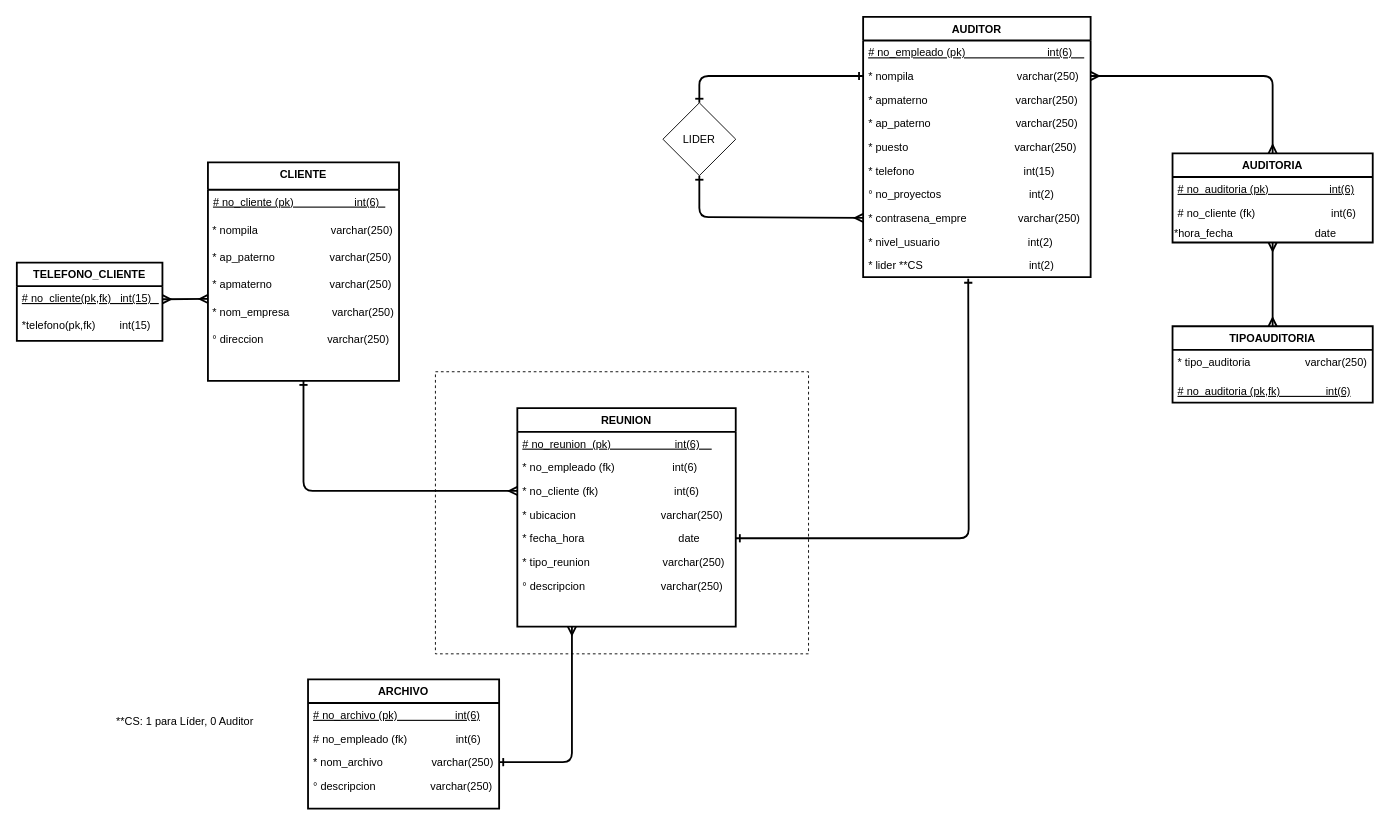
Above: RELACIONAL.drawio in PaganoBerserker/TRABAJOFINALCOMPILADORES (draw.io), before the change. Source tidied: cells renumbered, new cells numbered last; positions are measured from the earlier drawing's top-left corner, leaving out a move shared by most shapes. Both pictures are drawn from the tidied source at 91%, with x=0, y=0 at pixel (16, 16).
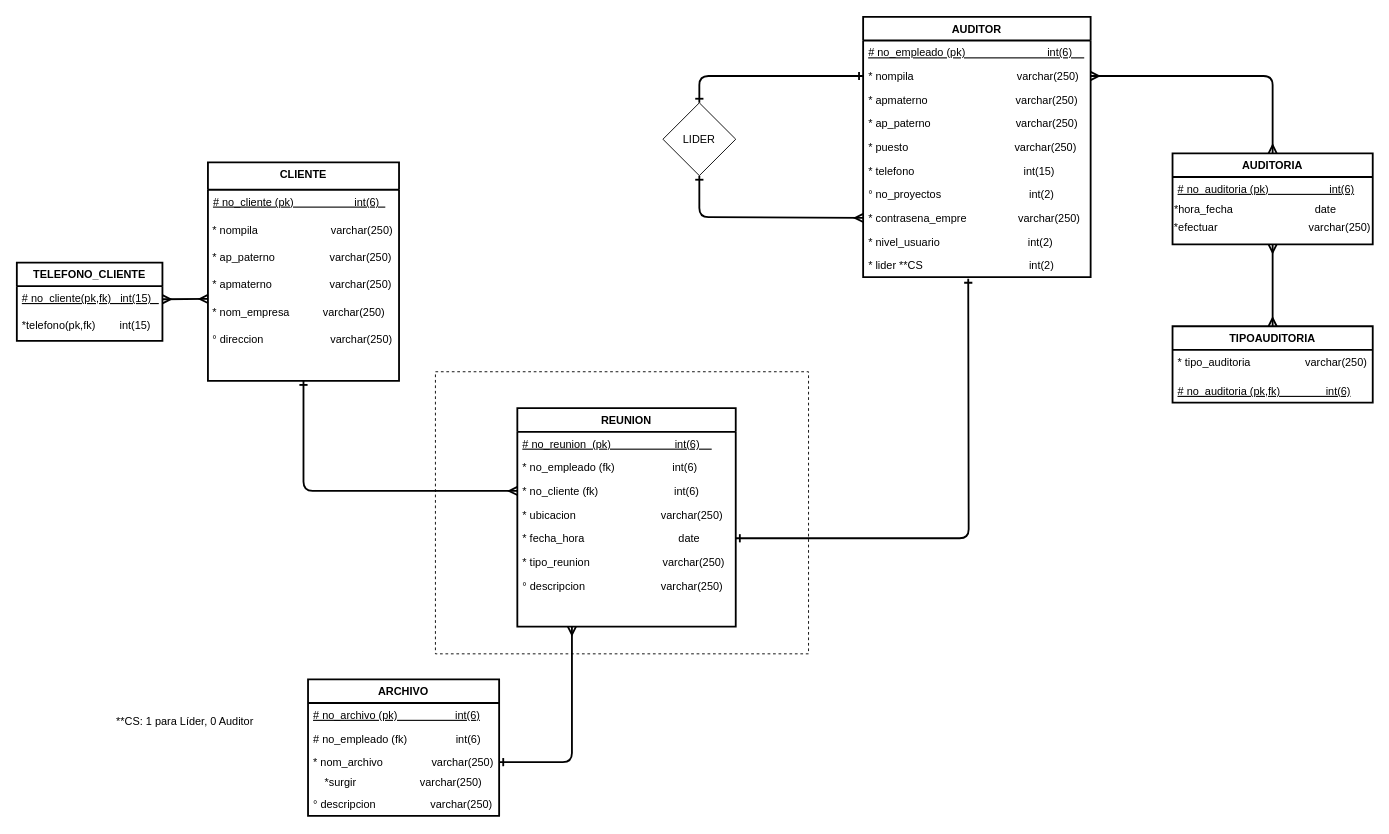
After the change.

The change refers to these unchanged cells:
```xml
<mxCell id="3" value="CLIENTE" style="swimlane;fontStyle=1;align=center;verticalAlign=top;horizontal=1;startSize=30;rounded=0;shadow=0;strokeWidth=2;" parent="1" vertex="1">
  <mxGeometry x="210" y="160" width="210" height="240" as="geometry" />
</mxCell>
```

Diff of the diagram source:
```diff
@@
-    <mxCell id="8" value="&lt;div align=&quot;left&quot;&gt;&amp;nbsp;* nom_empresa&amp;nbsp; &amp;nbsp; &amp;nbsp; &amp;nbsp; &amp;nbsp; &amp;nbsp; &amp;nbsp; varchar(250)&lt;/div&gt;" style="text;html=1;strokeColor=none;fillColor=none;align=left;verticalAlign=middle;whiteSpace=wrap;rounded=0;" parent="3" vertex="1">
+    <mxCell id="8" value="&lt;div align=&quot;left&quot;&gt;&amp;nbsp;* nom_empresa&amp;nbsp; &amp;nbsp; &amp;nbsp; &amp;nbsp; &amp;nbsp;&amp;nbsp; varchar(250)&lt;/div&gt;" style="text;html=1;strokeColor=none;fillColor=none;align=left;verticalAlign=middle;whiteSpace=wrap;rounded=0;" parent="3" vertex="1">
       <mxGeometry y="150" width="210" height="30" as="geometry" />
     </mxCell>
-    <mxCell id="9" value="&amp;nbsp;° direccion&amp;nbsp; &amp;nbsp; &amp;nbsp; &amp;nbsp; &amp;nbsp; &amp;nbsp; &amp;nbsp; &amp;nbsp; &amp;nbsp; &amp;nbsp; &amp;nbsp;&lt;span&gt;varchar(250)&lt;/span&gt;" style="text;html=1;strokeColor=none;fillColor=none;align=left;verticalAlign=middle;whiteSpace=wrap;rounded=0;" parent="3" vertex="1">
+    <mxCell id="9" value="&amp;nbsp;° direccion&amp;nbsp; &amp;nbsp; &amp;nbsp; &amp;nbsp; &amp;nbsp; &amp;nbsp; &amp;nbsp; &amp;nbsp; &amp;nbsp; &amp;nbsp; &amp;nbsp; &lt;span&gt;varchar(250)&lt;/span&gt;" style="text;html=1;strokeColor=none;fillColor=none;align=left;verticalAlign=middle;whiteSpace=wrap;rounded=0;" parent="3" vertex="1">
       <mxGeometry y="180" width="210" height="30" as="geometry" />
     </mxCell>
     <mxCell id="10" value="ARCHIVO" style="swimlane;fontStyle=1;align=center;verticalAlign=top;horizontal=1;startSize=26;rounded=0;shadow=0;strokeWidth=2;" parent="1" vertex="1">
-      <mxGeometry x="320" y="728" width="210" height="142" as="geometry" />
+      <mxGeometry x="320" y="728" width="210" height="150" as="geometry" />
     </mxCell>
@@
+    <mxCell id="54" value="&lt;div align=&quot;left&quot;&gt;*surgir&amp;nbsp;&amp;nbsp;&amp;nbsp;&amp;nbsp;&amp;nbsp;&amp;nbsp;&amp;nbsp;&amp;nbsp;&amp;nbsp;&amp;nbsp;&amp;nbsp;&amp;nbsp;&amp;nbsp;&amp;nbsp;&amp;nbsp;&amp;nbsp;&amp;nbsp;&amp;nbsp;&amp;nbsp;&amp;nbsp; varchar(250) &lt;br&gt;&lt;/div&gt;" style="text;html=1;strokeColor=none;fillColor=none;align=center;verticalAlign=middle;whiteSpace=wrap;rounded=0;dashed=1;" parent="10" vertex="1">
+      <mxGeometry y="104" width="210" height="20" as="geometry" />
+    </mxCell>
     <mxCell id="14" value="° descripcion                  varchar(250)" style="text;align=left;verticalAlign=top;spacingLeft=4;spacingRight=4;overflow=hidden;" parent="10" vertex="1">
-      <mxGeometry y="104" width="210" height="26" as="geometry" />
+      <mxGeometry y="124" width="210" height="26" as="geometry" />
     </mxCell>
     <mxCell id="15" value="AUDITORIA" style="swimlane;fontStyle=1;align=center;verticalAlign=top;horizontal=1;startSize=26;rounded=0;shadow=0;strokeWidth=2;" parent="1" vertex="1">
-      <mxGeometry x="1270" y="150" width="220" height="98" as="geometry" />
+      <mxGeometry x="1270" y="150" width="220" height="100" as="geometry" />
     </mxCell>
@@
-    <mxCell id="17" value="# no_cliente (fk)                         int(6)" style="text;align=left;verticalAlign=top;spacingLeft=4;spacingRight=4;overflow=hidden;fontStyle=0;" parent="15" vertex="1">
-      <mxGeometry y="52" width="220" height="26" as="geometry" />
-    </mxCell>
     <mxCell id="18" value="*hora_fecha&amp;nbsp;&amp;nbsp;&amp;nbsp;&amp;nbsp;&amp;nbsp;&amp;nbsp;&amp;nbsp;&amp;nbsp;&amp;nbsp;&amp;nbsp;&amp;nbsp; &amp;nbsp; &amp;nbsp; &amp;nbsp; &amp;nbsp; &amp;nbsp; &amp;nbsp; &amp;nbsp;&amp;nbsp; date" style="text;html=1;strokeColor=none;fillColor=none;align=left;verticalAlign=middle;whiteSpace=wrap;rounded=0;dashed=1;" parent="15" vertex="1">
-      <mxGeometry y="78" width="220" height="20" as="geometry" />
+      <mxGeometry y="52" width="220" height="20" as="geometry" />
     </mxCell>
+    <mxCell id="55" value="&lt;div&gt;*efectuar&amp;nbsp;&amp;nbsp;&amp;nbsp;&amp;nbsp;&amp;nbsp;&amp;nbsp;&amp;nbsp;&amp;nbsp;&amp;nbsp;&amp;nbsp;&amp;nbsp;&amp;nbsp;&amp;nbsp;&amp;nbsp;&amp;nbsp;&amp;nbsp;&amp;nbsp;&amp;nbsp;&amp;nbsp;&amp;nbsp;&amp;nbsp;&amp;nbsp;&amp;nbsp;&amp;nbsp;&amp;nbsp;&amp;nbsp;&amp;nbsp;&amp;nbsp;&amp;nbsp; varchar(250) &lt;br&gt;&lt;/div&gt;" style="text;html=1;strokeColor=none;fillColor=none;align=center;verticalAlign=middle;whiteSpace=wrap;rounded=0;dashed=1;" parent="15" vertex="1">
+      <mxGeometry y="72" width="220" height="20" as="geometry" />
+    </mxCell>
```
